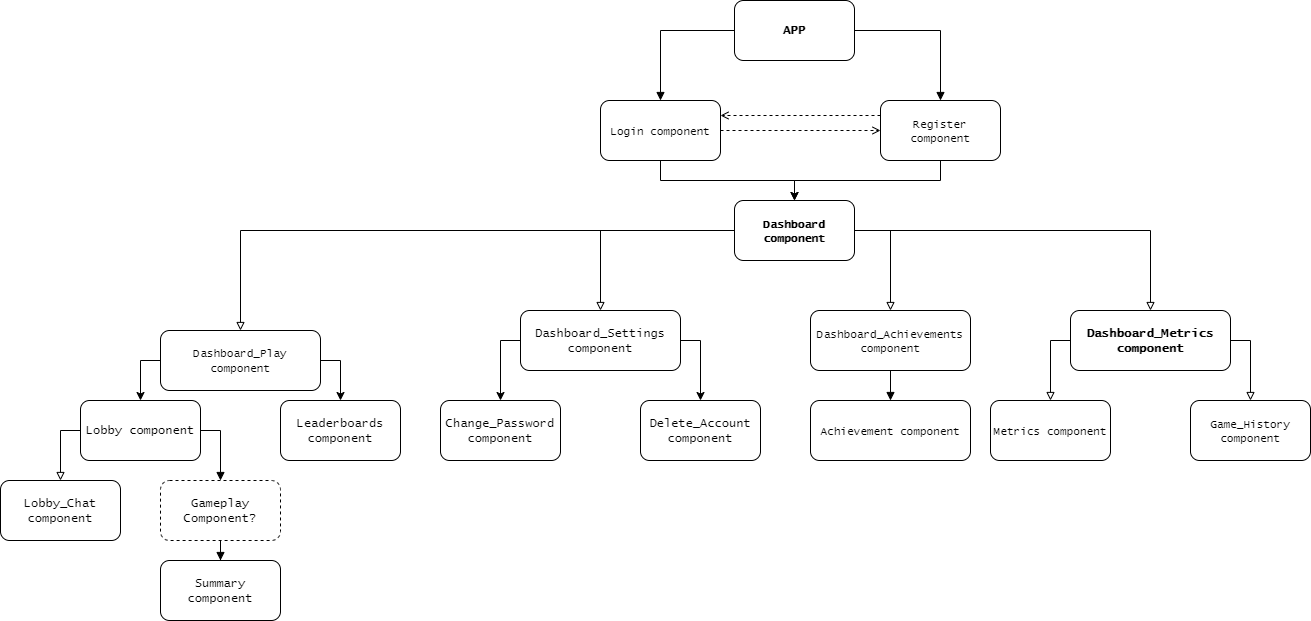
Above: dissertation/images/react_comp_diagram.png in Eftichios/Level-4-Individual-Project (draw.io), before the change. Source tidied: cells renumbered, new cells last; positions are measured from the earlier drawing's top-left corner, leaving out a move shared by most shapes.
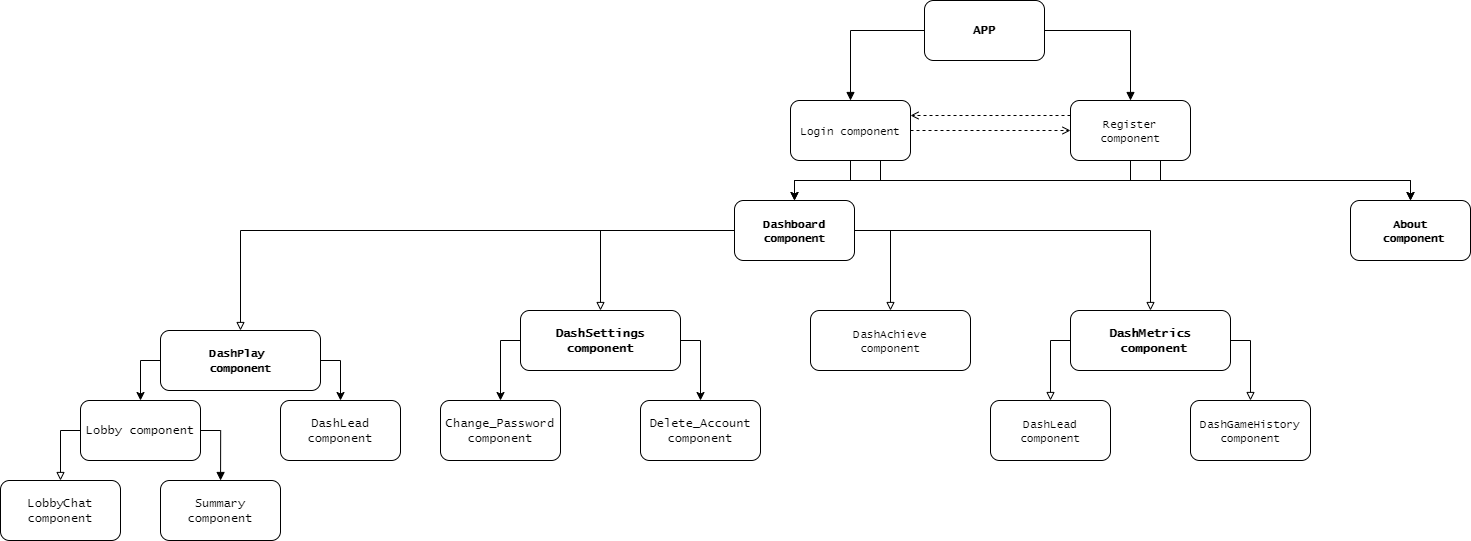
After the change.

The edit, as a diff of the source:
```diff
@@ -9,7 +9,7 @@
       <mxGeometry relative="1" as="geometry" />
     </mxCell>
     <mxCell id="4" value="&lt;font face=&quot;Lucida Console&quot;&gt;APP&lt;/font&gt;" style="rounded=1;whiteSpace=wrap;html=1;fontStyle=1;" parent="1" vertex="1">
-      <mxGeometry x="734" width="120" height="60" as="geometry" />
+      <mxGeometry x="924" width="120" height="60" as="geometry" />
     </mxCell>
     <mxCell id="5" style="edgeStyle=orthogonalEdgeStyle;rounded=0;jettySize=auto;html=1;exitX=0.5;exitY=1;exitDx=0;exitDy=0;entryX=0.5;entryY=0;entryDx=0;entryDy=0;" parent="1" edge="1" source="7" target="15">
       <mxGeometry relative="1" as="geometry" />
@@ -17,8 +17,11 @@
     <mxCell id="6" style="edgeStyle=orthogonalEdgeStyle;rounded=0;jettySize=auto;html=1;exitX=1;exitY=0.5;exitDx=0;exitDy=0;entryX=0;entryY=0.5;entryDx=0;entryDy=0;endArrow=open;endFill=0;dashed=1;" parent="1" edge="1" source="7" target="10">
       <mxGeometry relative="1" as="geometry" />
     </mxCell>
+    <mxCell id="40" style="edgeStyle=orthogonalEdgeStyle;rounded=0;jettySize=auto;html=1;exitX=0.75;exitY=1;exitDx=0;exitDy=0;" parent="1" edge="1" source="7" target="42">
+      <mxGeometry relative="1" as="geometry" />
+    </mxCell>
     <mxCell id="7" value="&lt;font face=&quot;Lucida Console&quot; style=&quot;font-size: 11px&quot;&gt;Login component&lt;/font&gt;" style="rounded=1;whiteSpace=wrap;html=1;" parent="1" vertex="1">
-      <mxGeometry x="600" y="100" width="120" height="60" as="geometry" />
+      <mxGeometry x="790" y="100" width="120" height="60" as="geometry" />
     </mxCell>
     <mxCell id="8" style="edgeStyle=orthogonalEdgeStyle;rounded=0;jettySize=auto;html=1;exitX=0.5;exitY=1;exitDx=0;exitDy=0;entryX=0.5;entryY=0;entryDx=0;entryDy=0;" parent="1" edge="1" source="10" target="15">
       <mxGeometry relative="1" as="geometry" />
@@ -26,8 +29,13 @@
     <mxCell id="9" style="edgeStyle=orthogonalEdgeStyle;rounded=0;jettySize=auto;html=1;exitX=0;exitY=0.25;exitDx=0;exitDy=0;entryX=1;entryY=0.25;entryDx=0;entryDy=0;endArrow=open;endFill=0;dashed=1;" parent="1" edge="1" source="10" target="7">
       <mxGeometry relative="1" as="geometry" />
     </mxCell>
+    <mxCell id="41" style="edgeStyle=orthogonalEdgeStyle;rounded=0;jettySize=auto;html=1;exitX=0.75;exitY=1;exitDx=0;exitDy=0;" parent="1" edge="1" source="10">
+      <mxGeometry relative="1" as="geometry">
+        <mxPoint x="1410" y="200" as="targetPoint" />
+      </mxGeometry>
+    </mxCell>
     <mxCell id="10" value="&lt;font face=&quot;Lucida Console&quot; style=&quot;font-size: 11px&quot;&gt;Register component&lt;/font&gt;" style="rounded=1;whiteSpace=wrap;html=1;" parent="1" vertex="1">
-      <mxGeometry x="880" y="100" width="120" height="60" as="geometry" />
+      <mxGeometry x="1070" y="100" width="120" height="60" as="geometry" />
     </mxCell>
     <mxCell id="11" style="edgeStyle=orthogonalEdgeStyle;rounded=0;jettySize=auto;html=1;exitX=0;exitY=0.5;exitDx=0;exitDy=0;entryX=0.5;entryY=0;entryDx=0;entryDy=0;endArrow=block;endFill=0;" parent="1" edge="1" source="15" target="18">
       <mxGeometry relative="1" as="geometry" />
@@ -50,7 +58,7 @@
     <mxCell id="17" style="edgeStyle=orthogonalEdgeStyle;rounded=0;jettySize=auto;html=1;exitX=1;exitY=0.5;exitDx=0;exitDy=0;entryX=0.5;entryY=0;entryDx=0;entryDy=0;" parent="1" edge="1" source="18" target="32">
       <mxGeometry relative="1" as="geometry" />
     </mxCell>
-    <mxCell id="18" value="&lt;font face=&quot;Lucida Console&quot;&gt;&lt;font style=&quot;font-size: 11px&quot;&gt;Dashboard_Play component&lt;/font&gt;&lt;br&gt;&lt;/font&gt;" style="rounded=1;whiteSpace=wrap;html=1;" parent="1" vertex="1">
+    <mxCell id="18" value="&lt;font face=&quot;Lucida Console&quot;&gt;&lt;font style=&quot;font-size: 11px&quot;&gt;&lt;b&gt;DashPlay &lt;br&gt;component&lt;/b&gt;&lt;/font&gt;&lt;br&gt;&lt;/font&gt;" style="rounded=1;whiteSpace=wrap;html=1;" parent="1" vertex="1">
       <mxGeometry x="160" y="330" width="160" height="60" as="geometry" />
     </mxCell>
     <mxCell id="19" style="edgeStyle=orthogonalEdgeStyle;rounded=0;jettySize=auto;html=1;exitX=1;exitY=0.5;exitDx=0;exitDy=0;entryX=0.5;entryY=0;entryDx=0;entryDy=0;" parent="1" edge="1" source="21" target="31">
@@ -59,13 +67,10 @@
     <mxCell id="20" style="edgeStyle=orthogonalEdgeStyle;rounded=0;jettySize=auto;html=1;exitX=0;exitY=0.5;exitDx=0;exitDy=0;entryX=0.5;entryY=0;entryDx=0;entryDy=0;" parent="1" edge="1" source="21" target="30">
       <mxGeometry relative="1" as="geometry" />
     </mxCell>
-    <mxCell id="21" value="&lt;font face=&quot;Lucida Console&quot;&gt;&lt;span&gt;Dashboard_Settings component&lt;/span&gt;&lt;/font&gt;" style="rounded=1;whiteSpace=wrap;html=1;fontStyle=0;" parent="1" vertex="1">
+    <mxCell id="21" value="&lt;font face=&quot;Lucida Console&quot;&gt;&lt;span&gt;&lt;b&gt;DashSettings component&lt;/b&gt;&lt;/span&gt;&lt;/font&gt;" style="rounded=1;whiteSpace=wrap;html=1;fontStyle=0;" parent="1" vertex="1">
       <mxGeometry x="520" y="310" width="160" height="60" as="geometry" />
     </mxCell>
-    <mxCell id="22" style="edgeStyle=orthogonalEdgeStyle;rounded=0;jettySize=auto;html=1;exitX=0.5;exitY=1;exitDx=0;exitDy=0;entryX=0.5;entryY=0;entryDx=0;entryDy=0;endArrow=block;endFill=1;" parent="1" edge="1" source="23" target="27">
-      <mxGeometry relative="1" as="geometry" />
-    </mxCell>
-    <mxCell id="23" value="&lt;font face=&quot;Lucida Console&quot; style=&quot;font-size: 11px&quot;&gt;Dashboard_Achievements component&lt;/font&gt;" style="rounded=1;whiteSpace=wrap;html=1;" parent="1" vertex="1">
+    <mxCell id="23" value="&lt;font face=&quot;Lucida Console&quot; style=&quot;font-size: 11px&quot;&gt;DashAchieve&lt;br&gt;component&lt;/font&gt;" style="rounded=1;whiteSpace=wrap;html=1;" parent="1" vertex="1">
       <mxGeometry x="810" y="310" width="160" height="60" as="geometry" />
     </mxCell>
     <mxCell id="24" style="edgeStyle=orthogonalEdgeStyle;rounded=0;jettySize=auto;html=1;exitX=0;exitY=0.5;exitDx=0;exitDy=0;entryX=0.5;entryY=0;entryDx=0;entryDy=0;endArrow=block;endFill=0;" parent="1" edge="1" source="26" target="28">
@@ -74,16 +79,13 @@
     <mxCell id="25" style="edgeStyle=orthogonalEdgeStyle;rounded=0;jettySize=auto;html=1;exitX=1;exitY=0.5;exitDx=0;exitDy=0;entryX=0.5;entryY=0;entryDx=0;entryDy=0;endArrow=block;endFill=0;" parent="1" edge="1" source="26" target="29">
       <mxGeometry relative="1" as="geometry" />
     </mxCell>
-    <mxCell id="26" value="&lt;font face=&quot;Lucida Console&quot;&gt;&lt;b&gt;Dashboard_Metrics component&lt;/b&gt;&lt;/font&gt;" style="rounded=1;whiteSpace=wrap;html=1;" parent="1" vertex="1">
+    <mxCell id="26" value="&lt;font face=&quot;Lucida Console&quot;&gt;&lt;b&gt;DashMetrics&lt;br&gt;&amp;nbsp;component&lt;/b&gt;&lt;/font&gt;" style="rounded=1;whiteSpace=wrap;html=1;" parent="1" vertex="1">
       <mxGeometry x="1070" y="310" width="160" height="60" as="geometry" />
     </mxCell>
-    <mxCell id="27" value="&lt;font face=&quot;Lucida Console&quot; style=&quot;font-size: 11px&quot;&gt;Achievement component&lt;/font&gt;" style="rounded=1;whiteSpace=wrap;html=1;" parent="1" vertex="1">
-      <mxGeometry x="810" y="400" width="160" height="60" as="geometry" />
-    </mxCell>
-    <mxCell id="28" value="&lt;font face=&quot;Lucida Console&quot; style=&quot;font-size: 11px&quot;&gt;Metrics component&lt;/font&gt;" style="rounded=1;whiteSpace=wrap;html=1;" parent="1" vertex="1">
+    <mxCell id="28" value="&lt;font face=&quot;Lucida Console&quot; style=&quot;font-size: 11px&quot;&gt;DashLead&lt;br&gt;component&lt;br&gt;&lt;/font&gt;" style="rounded=1;whiteSpace=wrap;html=1;" parent="1" vertex="1">
       <mxGeometry x="990" y="400" width="120" height="60" as="geometry" />
     </mxCell>
-    <mxCell id="29" value="&lt;font face=&quot;Lucida Console&quot; style=&quot;font-size: 11px&quot;&gt;Game_History component&lt;/font&gt;" style="rounded=1;whiteSpace=wrap;html=1;" parent="1" vertex="1">
+    <mxCell id="29" value="&lt;font face=&quot;Lucida Console&quot; style=&quot;font-size: 11px&quot;&gt;DashGameHistory component&lt;/font&gt;" style="rounded=1;whiteSpace=wrap;html=1;" parent="1" vertex="1">
       <mxGeometry x="1190" y="400" width="120" height="60" as="geometry" />
     </mxCell>
     <mxCell id="30" value="&lt;font face=&quot;Lucida Console&quot;&gt;Change_Password component&lt;/font&gt;" style="rounded=1;whiteSpace=wrap;html=1;" parent="1" vertex="1">
@@ -92,29 +94,28 @@
     <mxCell id="31" value="&lt;font face=&quot;Lucida Console&quot;&gt;Delete_Account component&lt;/font&gt;" style="rounded=1;whiteSpace=wrap;html=1;" parent="1" vertex="1">
       <mxGeometry x="640" y="400" width="120" height="60" as="geometry" />
     </mxCell>
-    <mxCell id="32" value="&lt;font face=&quot;Lucida Console&quot;&gt;Leaderboards component&lt;/font&gt;" style="rounded=1;whiteSpace=wrap;html=1;" parent="1" vertex="1">
+    <mxCell id="32" value="&lt;font face=&quot;Lucida Console&quot;&gt;DashLead component&lt;/font&gt;" style="rounded=1;whiteSpace=wrap;html=1;" parent="1" vertex="1">
       <mxGeometry x="280" y="400" width="120" height="60" as="geometry" />
     </mxCell>
     <mxCell id="33" style="edgeStyle=orthogonalEdgeStyle;rounded=0;jettySize=auto;html=1;exitX=0;exitY=0.5;exitDx=0;exitDy=0;entryX=0.5;entryY=0;entryDx=0;entryDy=0;endArrow=block;endFill=0;" parent="1" edge="1" source="35" target="36">
       <mxGeometry relative="1" as="geometry" />
     </mxCell>
-    <mxCell id="34" style="edgeStyle=orthogonalEdgeStyle;rounded=0;jettySize=auto;html=1;exitX=1;exitY=0.5;exitDx=0;exitDy=0;endArrow=block;endFill=1;" parent="1" edge="1" source="35" target="38">
-      <mxGeometry relative="1" as="geometry" />
+    <mxCell id="34" style="edgeStyle=orthogonalEdgeStyle;rounded=0;jettySize=auto;html=1;exitX=1;exitY=0.5;exitDx=0;exitDy=0;endArrow=block;endFill=1;" parent="1" edge="1" source="35">
+      <mxGeometry relative="1" as="geometry">
+        <mxPoint x="220.1" y="480" as="targetPoint" />
+      </mxGeometry>
     </mxCell>
     <mxCell id="35" value="&lt;font face=&quot;Lucida Console&quot;&gt;Lobby component&lt;/font&gt;" style="rounded=1;whiteSpace=wrap;html=1;" parent="1" vertex="1">
       <mxGeometry x="80" y="400" width="120" height="60" as="geometry" />
     </mxCell>
-    <mxCell id="36" value="&lt;font face=&quot;Lucida Console&quot;&gt;Lobby_Chat component&lt;/font&gt;" style="rounded=1;whiteSpace=wrap;html=1;" parent="1" vertex="1">
+    <mxCell id="36" value="&lt;font face=&quot;Lucida Console&quot;&gt;LobbyChat component&lt;/font&gt;" style="rounded=1;whiteSpace=wrap;html=1;" parent="1" vertex="1">
       <mxGeometry y="480" width="120" height="60" as="geometry" />
     </mxCell>
-    <mxCell id="37" style="edgeStyle=orthogonalEdgeStyle;rounded=0;jettySize=auto;html=1;exitX=0.5;exitY=1;exitDx=0;exitDy=0;endArrow=block;endFill=1;" parent="1" edge="1" source="38" target="39">
-      <mxGeometry relative="1" as="geometry" />
-    </mxCell>
-    <mxCell id="38" value="&lt;font face=&quot;Lucida Console&quot;&gt;Gameplay Component?&lt;/font&gt;" style="rounded=1;whiteSpace=wrap;html=1;dashed=1;" parent="1" vertex="1">
-      <mxGeometry x="160" y="480" width="120" height="60" as="geometry" />
-    </mxCell>
     <mxCell id="39" value="&lt;font face=&quot;Lucida Console&quot;&gt;Summary component&lt;/font&gt;" style="rounded=1;whiteSpace=wrap;html=1;" parent="1" vertex="1">
-      <mxGeometry x="160" y="560" width="120" height="60" as="geometry" />
+      <mxGeometry x="160" y="480" width="120" height="60" as="geometry" />
     </mxCell>
+    <mxCell id="42" value="&lt;font face=&quot;Lucida Console&quot; style=&quot;font-size: 11px&quot;&gt;&lt;b&gt;About&lt;br&gt;&amp;nbsp;component&lt;/b&gt;&lt;/font&gt;" style="rounded=1;whiteSpace=wrap;html=1;" parent="1" vertex="1">
+      <mxGeometry x="1350" y="200" width="120" height="60" as="geometry" />
+    </mxCell>
   </root>
 </mxGraphModel>
```
